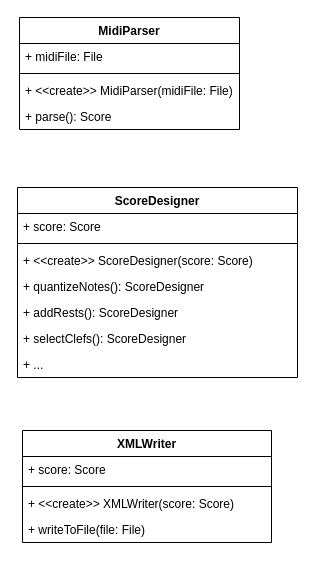
Earlier version of the draw.io diagram docs/flowcharts/3 classes.drawio (Bingergie/midi2musicxml). Source tidied: cells renumbered, new cells numbered last; positions are measured from the earlier drawing's top-left corner, leaving out a move shared by most shapes. Both pictures are drawn from the tidied source at 100%, with x=0, y=0 at pixel (17, 17).
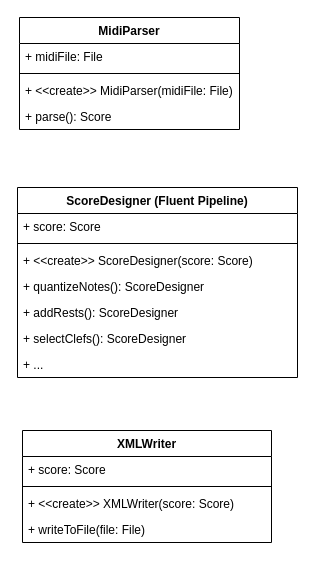
The same page after the edit.

Diff of the diagram source:
```diff
@@
 <mxGraphModel>
   <root>
     <mxCell id="0" />
     <mxCell id="1" parent="0" />
     <mxCell id="2" value="MidiParser" style="swimlane;fontStyle=1;align=center;verticalAlign=top;horizontal=1;startSize=26;whiteSpace=wrap;html=1;" parent="1" vertex="1">
       <mxGeometry x="2" width="220" height="112" as="geometry" />
     </mxCell>
     <mxCell id="3" value="+ midiFile: File" style="text;strokeColor=none;fillColor=none;align=left;verticalAlign=top;spacingLeft=4;spacingRight=4;overflow=hidden;whiteSpace=wrap;html=1;" parent="2" vertex="1">
       <mxGeometry y="26" width="220" height="26" as="geometry" />
     </mxCell>
     <mxCell id="4" style="line;strokeWidth=1;fillColor=none;align=left;verticalAlign=middle;spacingTop=-1;spacingLeft=3;spacingRight=3;labelPosition=right;strokeColor=inherit;" parent="2" vertex="1">
       <mxGeometry y="52" width="220" height="8" as="geometry" />
     </mxCell>
     <mxCell id="5" value="+ &amp;lt;&amp;lt;create&amp;gt;&amp;gt; MidiParser(midiFile: File)" style="text;strokeColor=none;fillColor=none;align=left;verticalAlign=top;spacingLeft=4;spacingRight=4;overflow=hidden;whiteSpace=wrap;html=1;" parent="2" vertex="1">
       <mxGeometry y="60" width="220" height="26" as="geometry" />
     </mxCell>
     <mxCell id="6" value="+ parse(): Score" style="text;strokeColor=none;fillColor=none;align=left;verticalAlign=top;spacingLeft=4;spacingRight=4;overflow=hidden;whiteSpace=wrap;html=1;" parent="2" vertex="1">
       <mxGeometry y="86" width="220" height="26" as="geometry" />
     </mxCell>
-    <mxCell id="7" value="ScoreDesigner" style="swimlane;fontStyle=1;align=center;verticalAlign=top;horizontal=1;startSize=26;whiteSpace=wrap;html=1;" parent="1" vertex="1">
+    <mxCell id="7" value="ScoreDesigner (Fluent Pipeline)" style="swimlane;fontStyle=1;align=center;verticalAlign=top;horizontal=1;startSize=26;whiteSpace=wrap;html=1;" parent="1" vertex="1">
       <mxGeometry y="170" width="280" height="190" as="geometry" />
     </mxCell>
     <mxCell id="8" value="+ score: Score" style="text;strokeColor=none;fillColor=none;align=left;verticalAlign=top;spacingLeft=4;spacingRight=4;overflow=hidden;whiteSpace=wrap;html=1;" parent="7" vertex="1">
       <mxGeometry y="26" width="280" height="26" as="geometry" />
     </mxCell>
     <mxCell id="9" style="line;strokeWidth=1;fillColor=none;align=left;verticalAlign=middle;spacingTop=-1;spacingLeft=3;spacingRight=3;labelPosition=right;strokeColor=inherit;" parent="7" vertex="1">
       <mxGeometry y="52" width="280" height="8" as="geometry" />
     </mxCell>
     <mxCell id="10" value="+ &amp;lt;&amp;lt;create&amp;gt;&amp;gt; ScoreDesigner(score: Score)" style="text;strokeColor=none;fillColor=none;align=left;verticalAlign=top;spacingLeft=4;spacingRight=4;overflow=hidden;whiteSpace=wrap;html=1;" parent="7" vertex="1">
       <mxGeometry y="60" width="280" height="26" as="geometry" />
     </mxCell>
     <mxCell id="11" value="+ quantizeNotes(): ScoreDesigner" style="text;strokeColor=none;fillColor=none;align=left;verticalAlign=top;spacingLeft=4;spacingRight=4;overflow=hidden;whiteSpace=wrap;html=1;" parent="7" vertex="1">
       <mxGeometry y="86" width="280" height="26" as="geometry" />
     </mxCell>
     <mxCell id="12" value="+ addRests(): ScoreDesigner" style="text;strokeColor=none;fillColor=none;align=left;verticalAlign=top;spacingLeft=4;spacingRight=4;overflow=hidden;whiteSpace=wrap;html=1;" parent="7" vertex="1">
       <mxGeometry y="112" width="280" height="26" as="geometry" />
     </mxCell>
     <mxCell id="13" value="+ selectClefs(): ScoreDesigner" style="text;strokeColor=none;fillColor=none;align=left;verticalAlign=top;spacingLeft=4;spacingRight=4;overflow=hidden;whiteSpace=wrap;html=1;" parent="7" vertex="1">
       <mxGeometry y="138" width="280" height="26" as="geometry" />
     </mxCell>
     <mxCell id="14" value="+ ..." style="text;strokeColor=none;fillColor=none;align=left;verticalAlign=top;spacingLeft=4;spacingRight=4;overflow=hidden;whiteSpace=wrap;html=1;" parent="7" vertex="1">
       <mxGeometry y="164" width="280" height="26" as="geometry" />
     </mxCell>
     <mxCell id="15" value="XMLWriter" style="swimlane;fontStyle=1;align=center;verticalAlign=top;horizontal=1;startSize=26;whiteSpace=wrap;html=1;" parent="1" vertex="1">
       <mxGeometry x="5" y="413" width="249" height="112" as="geometry" />
     </mxCell>
     <mxCell id="16" value="+ score: Score" style="text;strokeColor=none;fillColor=none;align=left;verticalAlign=top;spacingLeft=4;spacingRight=4;overflow=hidden;whiteSpace=wrap;html=1;" parent="15" vertex="1">
       <mxGeometry y="26" width="249" height="26" as="geometry" />
     </mxCell>
     <mxCell id="17" style="line;strokeWidth=1;fillColor=none;align=left;verticalAlign=middle;spacingTop=-1;spacingLeft=3;spacingRight=3;labelPosition=right;strokeColor=inherit;" parent="15" vertex="1">
       <mxGeometry y="52" width="249" height="8" as="geometry" />
     </mxCell>
     <mxCell id="18" value="+ &amp;lt;&amp;lt;create&amp;gt;&amp;gt; XMLWriter(score: Score)" style="text;strokeColor=none;fillColor=none;align=left;verticalAlign=top;spacingLeft=4;spacingRight=4;overflow=hidden;whiteSpace=wrap;html=1;" parent="15" vertex="1">
       <mxGeometry y="60" width="249" height="26" as="geometry" />
     </mxCell>
     <mxCell id="19" value="+ writeToFile(file: File)" style="text;strokeColor=none;fillColor=none;align=left;verticalAlign=top;spacingLeft=4;spacingRight=4;overflow=hidden;whiteSpace=wrap;html=1;" parent="15" vertex="1">
       <mxGeometry y="86" width="249" height="26" as="geometry" />
     </mxCell>
   </root>
 </mxGraphModel>
```
